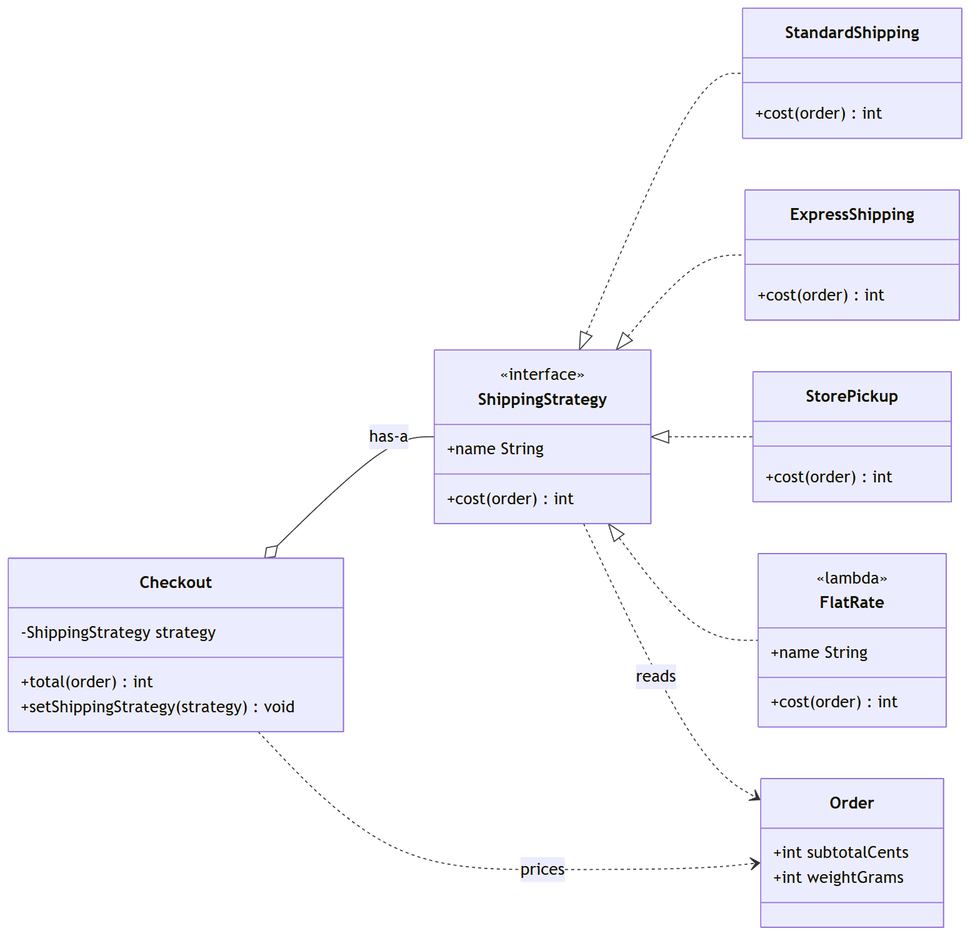
The Mermaid diagram docs/diagrams/checkout-class.png in enok/design-pattern-strategy, before a commit. Its source is kept beside it as docs/diagrams/checkout-class.mmd. Source of this version:
```mermaid
classDiagram
    direction LR
    class Order {
        +int subtotalCents
        +int weightGrams
    }
    class Checkout {
        -ShippingStrategy strategy
        +total(order) int
        +setShippingStrategy(strategy) void
    }
    class ShippingStrategy {
        <<interface>>
        +name String
        +cost(order) int
    }
    class StandardShipping {
        +cost(order) int
    }
    class ExpressShipping {
        +cost(order) int
    }
    class StorePickup {
        +cost(order) int
    }
    class FlatRate {
        <<lambda>>
        +name String
        +cost(order) int
    }
    Checkout o-- ShippingStrategy : has-a
    ShippingStrategy <|.. StandardShipping
    ShippingStrategy <|.. ExpressShipping
    ShippingStrategy <|.. StorePickup
    ShippingStrategy <|.. FlatRate
    Checkout ..> Order : prices
    ShippingStrategy ..> Order : reads
```
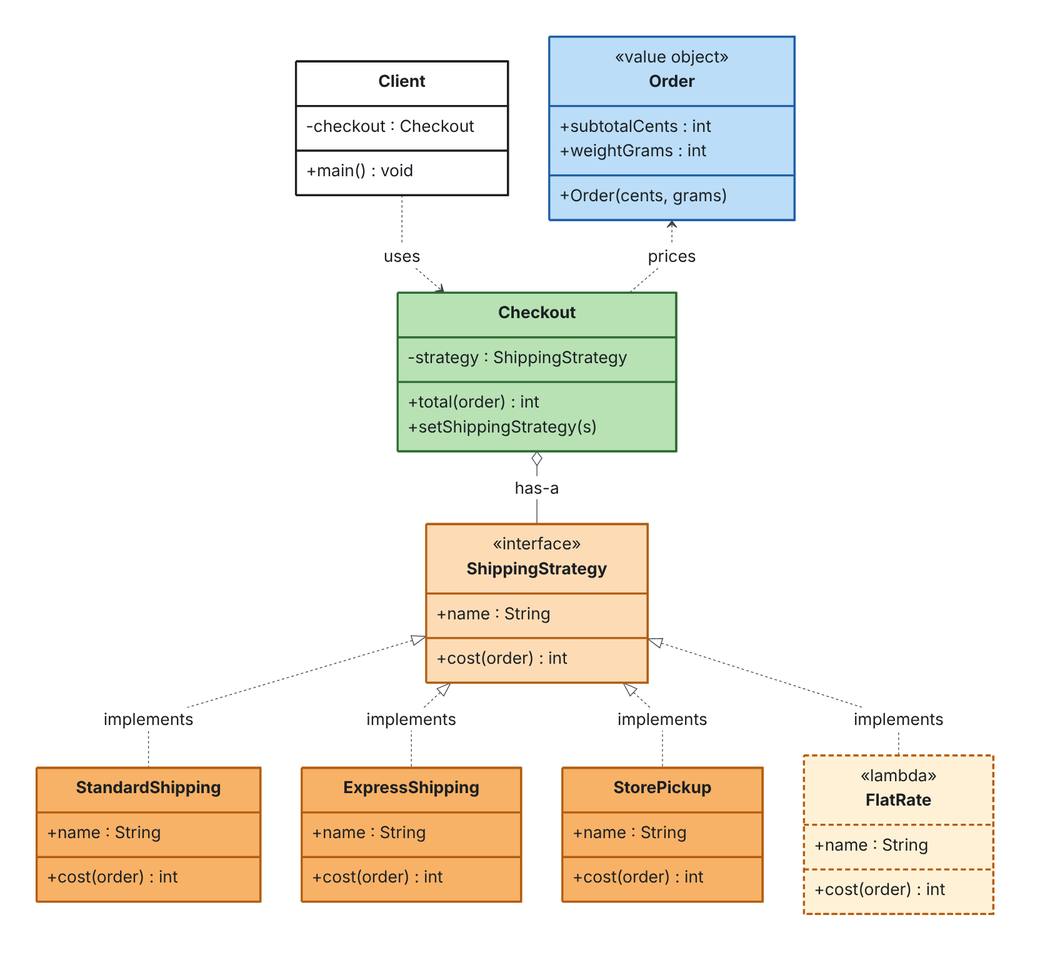
After the change.

Diff of the diagram source:
```diff
@@ -1,37 +1,55 @@
+%%{init: {"theme": "base", "themeVariables": {"fontFamily": "Inter, Arial, sans-serif", "fontSize": "20px", "background": "#FFFFFF", "primaryColor": "#FFFFFF", "primaryBorderColor": "#1B1F23", "primaryTextColor": "#1B1F23", "secondaryColor": "#FDDCB5", "tertiaryColor": "#F5F7FA", "lineColor": "#3D4650", "textColor": "#1B1F23", "mainBkg": "#FFFFFF", "nodeBorder": "#1B1F23", "clusterBkg": "#F5F7FA", "clusterBorder": "#9AA5B1", "edgeLabelBackground": "#FFFFFF", "noteBkgColor": "#FFF6D6", "noteBorderColor": "#B8860B", "noteTextColor": "#1B1F23", "actorBkg": "#B8E2B4", "actorBorder": "#2F6B35", "actorTextColor": "#1B1F23", "actorLineColor": "#7A8794", "signalColor": "#3D4650", "signalTextColor": "#1B1F23", "labelBoxBkgColor": "#F5F7FA", "labelBoxBorderColor": "#7A8794", "labelTextColor": "#1B1F23", "loopTextColor": "#1B1F23", "activationBkgColor": "#DDEFDB", "activationBorderColor": "#2F6B35", "sequenceNumberColor": "#FFFFFF", "classText": "#1B1F23"}, "flowchart": {"curve": "linear", "nodeSpacing": 50, "rankSpacing": 60, "padding": 16, "htmlLabels": false}, "sequence": {"actorMargin": 50, "messageMargin": 38, "boxMargin": 10, "noteMargin": 10, "mirrorActors": false, "useMaxWidth": false}, "class": {"padding": 12, "htmlLabels": false}, "fontFamily": "Inter, Arial, sans-serif"}}%%
 classDiagram
-    direction LR
-    class Order {
-        +int subtotalCents
-        +int weightGrams
+    direction TB
+    class Client {
+        -checkout : Checkout
+        +main() void
     }
     class Checkout {
-        -ShippingStrategy strategy
+        -strategy : ShippingStrategy
         +total(order) int
-        +setShippingStrategy(strategy) void
+        +setShippingStrategy(s)
+    }
+    class Order {
+        <<value object>>
+        +subtotalCents : int
+        +weightGrams : int
+        +Order(cents, grams)
     }
     class ShippingStrategy {
         <<interface>>
-        +name String
+        +name : String
         +cost(order) int
     }
     class StandardShipping {
+        +name : String
         +cost(order) int
     }
     class ExpressShipping {
+        +name : String
         +cost(order) int
     }
     class StorePickup {
+        +name : String
         +cost(order) int
     }
     class FlatRate {
         <<lambda>>
-        +name String
+        +name : String
         +cost(order) int
     }
+    Client ..> Checkout : uses
+    Order <.. Checkout : prices
     Checkout o-- ShippingStrategy : has-a
-    ShippingStrategy <|.. StandardShipping
-    ShippingStrategy <|.. ExpressShipping
-    ShippingStrategy <|.. StorePickup
-    ShippingStrategy <|.. FlatRate
-    Checkout ..> Order : prices
-    ShippingStrategy ..> Order : reads
+    ShippingStrategy <|.. StandardShipping : implements
+    ShippingStrategy <|.. ExpressShipping : implements
+    ShippingStrategy <|.. StorePickup : implements
+    ShippingStrategy <|.. FlatRate : implements
+    style Client fill:#FFFFFF,stroke:#1B1F23,stroke-width:2.5px
+    style Checkout fill:#B8E2B4,stroke:#2F6B35,stroke-width:2.5px
+    style Order fill:#BBDDF7,stroke:#1F5FA8,stroke-width:2.5px
+    style ShippingStrategy fill:#FDDCB5,stroke:#B35C0F,stroke-width:2.5px
+    style StandardShipping fill:#F7B267,stroke:#B35C0F,stroke-width:2.5px
+    style ExpressShipping fill:#F7B267,stroke:#B35C0F,stroke-width:2.5px
+    style StorePickup fill:#F7B267,stroke:#B35C0F,stroke-width:2.5px
+    style FlatRate fill:#FFF1D6,stroke:#B35C0F,stroke-width:2.5px,stroke-dasharray:6 4
```
